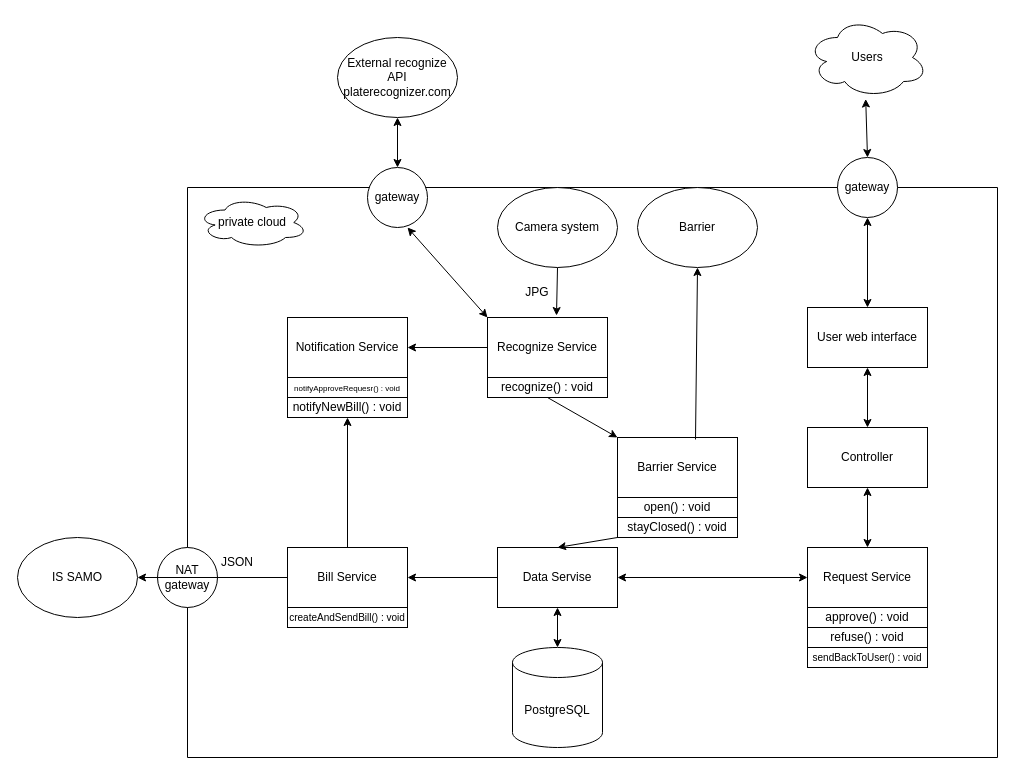
The draw.io diagram Untitled Diagram.drawio in artem8906/city_center_entry, before the edit. Source tidied: cells renumbered, new cells numbered last; positions are measured from the earlier drawing's top-left corner, leaving out a move shared by most shapes. Both pictures are drawn from the tidied source at 100%, with x=0, y=0 at pixel (17, 17).
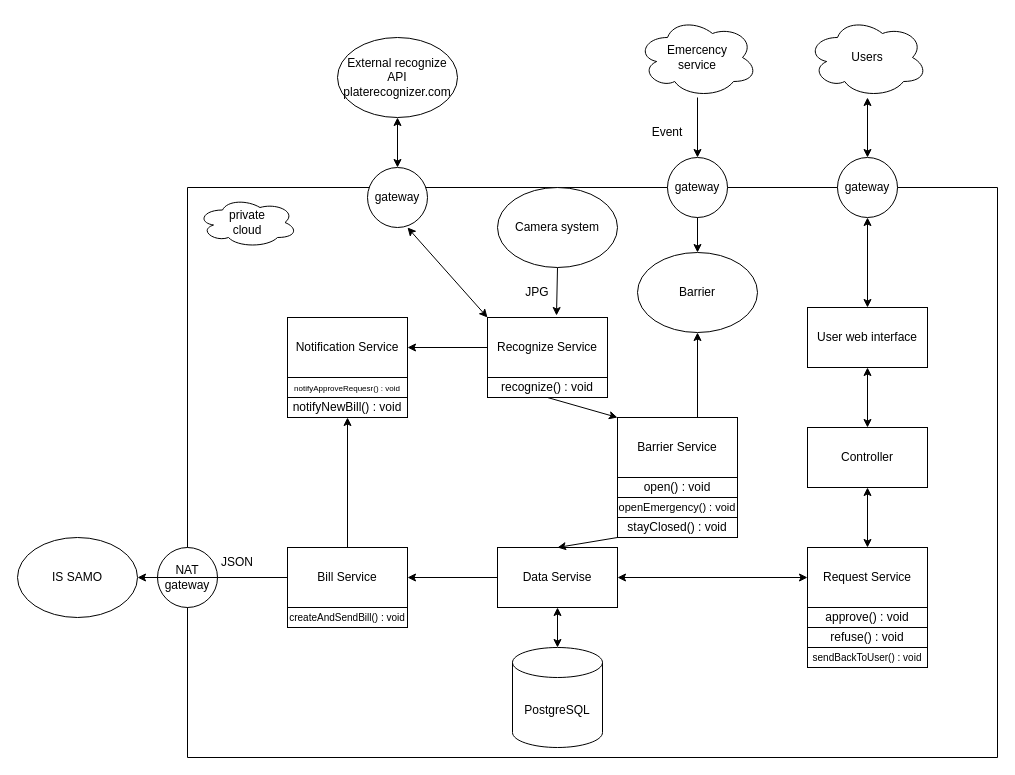
After the change.

The change refers to these unchanged cells:
```xml
<mxCell id="2" style="swimlane;startSize=0;" parent="1" vertex="1">
  <mxGeometry x="170" y="170" width="810" height="570" as="geometry" />
</mxCell>
<mxCell id="42" value="Users" style="ellipse;shape=cloud;whiteSpace=wrap;html=1;" parent="1" vertex="1">
  <mxGeometry x="790" width="120" height="80" as="geometry" />
</mxCell>
<mxCell id="43" value="gateway" style="ellipse;whiteSpace=wrap;html=1;" parent="1" vertex="1">
  <mxGeometry x="820" y="140" width="60" height="60" as="geometry" />
</mxCell>
```

Change to the diagram source:
```diff
@@
     <mxCell id="8" value="Barrier Service" style="rounded=0;whiteSpace=wrap;html=1;" parent="2" vertex="1">
-      <mxGeometry x="430" y="250" width="120" height="60" as="geometry" />
+      <mxGeometry x="430" y="230" width="120" height="60" as="geometry" />
     </mxCell>
@@
     <mxCell id="21" value="Barrier" style="ellipse;whiteSpace=wrap;html=1;" parent="2" vertex="1">
-      <mxGeometry x="450" width="120" height="80" as="geometry" />
+      <mxGeometry x="450" y="65" width="120" height="80" as="geometry" />
     </mxCell>
-    <mxCell id="22" style="endArrow=classic;html=1;rounded=0;exitX=0.65;exitY=0.033;exitDx=0;exitDy=0;entryX=0.5;entryY=1;entryDx=0;entryDy=0;exitPerimeter=0;" parent="2" edge="1" source="8" target="21">
-      <mxGeometry relative="1" as="geometry" />
+    <mxCell id="22" style="endArrow=classic;html=1;rounded=0;entryX=0.5;entryY=1;entryDx=0;entryDy=0;" parent="2" edge="1" target="21">
+      <mxGeometry relative="1" as="geometry">
+        <mxPoint x="510" y="230" as="sourcePoint" />
+      </mxGeometry>
     </mxCell>
@@
-    <mxCell id="25" value="open() : void" style="rounded=0;whiteSpace=wrap;html=1;fontSize=12;" parent="2" vertex="1">
+    <mxCell id="25" value="&lt;font style=&quot;font-size: 11px;&quot;&gt;openEmergency() : void&lt;/font&gt;" style="rounded=0;whiteSpace=wrap;html=1;fontSize=12;" parent="2" vertex="1">
       <mxGeometry x="430" y="310" width="120" height="20" as="geometry" />
     </mxCell>
@@
-    <mxCell id="36" value="private cloud" style="ellipse;shape=cloud;whiteSpace=wrap;html=1;" parent="2" vertex="1">
-      <mxGeometry x="10" y="10" width="110" height="50" as="geometry" />
+    <mxCell id="36" value="private &lt;br&gt;cloud" style="ellipse;shape=cloud;whiteSpace=wrap;html=1;" parent="2" vertex="1">
+      <mxGeometry x="10" y="10" width="100" height="50" as="geometry" />
     </mxCell>
@@
+    <mxCell id="48" value="open() : void" style="rounded=0;whiteSpace=wrap;html=1;fontSize=12;" parent="2" vertex="1">
+      <mxGeometry x="430" y="290" width="120" height="20" as="geometry" />
+    </mxCell>
@@
-    <mxCell id="44" style="endArrow=classic;startArrow=classic;html=1;rounded=0;exitX=0.5;exitY=0;exitDx=0;exitDy=0;entryX=0.485;entryY=1.019;entryDx=0;entryDy=0;entryPerimeter=0;" parent="1" edge="1" source="43" target="42">
+    <mxCell id="44" style="endArrow=classic;startArrow=classic;html=1;rounded=0;exitX=0.5;exitY=0;exitDx=0;exitDy=0;" parent="1" edge="1" source="43" target="42">
       <mxGeometry relative="1" as="geometry" />
     </mxCell>
@@
+    <mxCell id="49" value="Emercency &lt;br&gt;service" style="ellipse;shape=cloud;whiteSpace=wrap;html=1;" parent="1" vertex="1">
+      <mxGeometry x="620" width="120" height="80" as="geometry" />
+    </mxCell>
+    <mxCell id="50" value="Event" style="text;html=1;strokeColor=none;fillColor=none;align=center;verticalAlign=middle;whiteSpace=wrap;rounded=0;" parent="1" vertex="1">
+      <mxGeometry x="620" y="100" width="60" height="30" as="geometry" />
+    </mxCell>
+    <mxCell id="51" value="gateway" style="ellipse;whiteSpace=wrap;html=1;" parent="1" vertex="1">
+      <mxGeometry x="650" y="140" width="60" height="60" as="geometry" />
+    </mxCell>
+    <mxCell id="52" style="endArrow=classic;html=1;rounded=0;entryX=0.5;entryY=0;entryDx=0;entryDy=0;" parent="1" edge="1" target="21">
+      <mxGeometry relative="1" as="geometry">
+        <mxPoint x="680" y="200" as="sourcePoint" />
+      </mxGeometry>
+    </mxCell>
+    <mxCell id="53" style="endArrow=classic;html=1;rounded=0;entryX=0.5;entryY=0;entryDx=0;entryDy=0;" parent="1" edge="1" source="49" target="51">
+      <mxGeometry relative="1" as="geometry" />
+    </mxCell>
```
